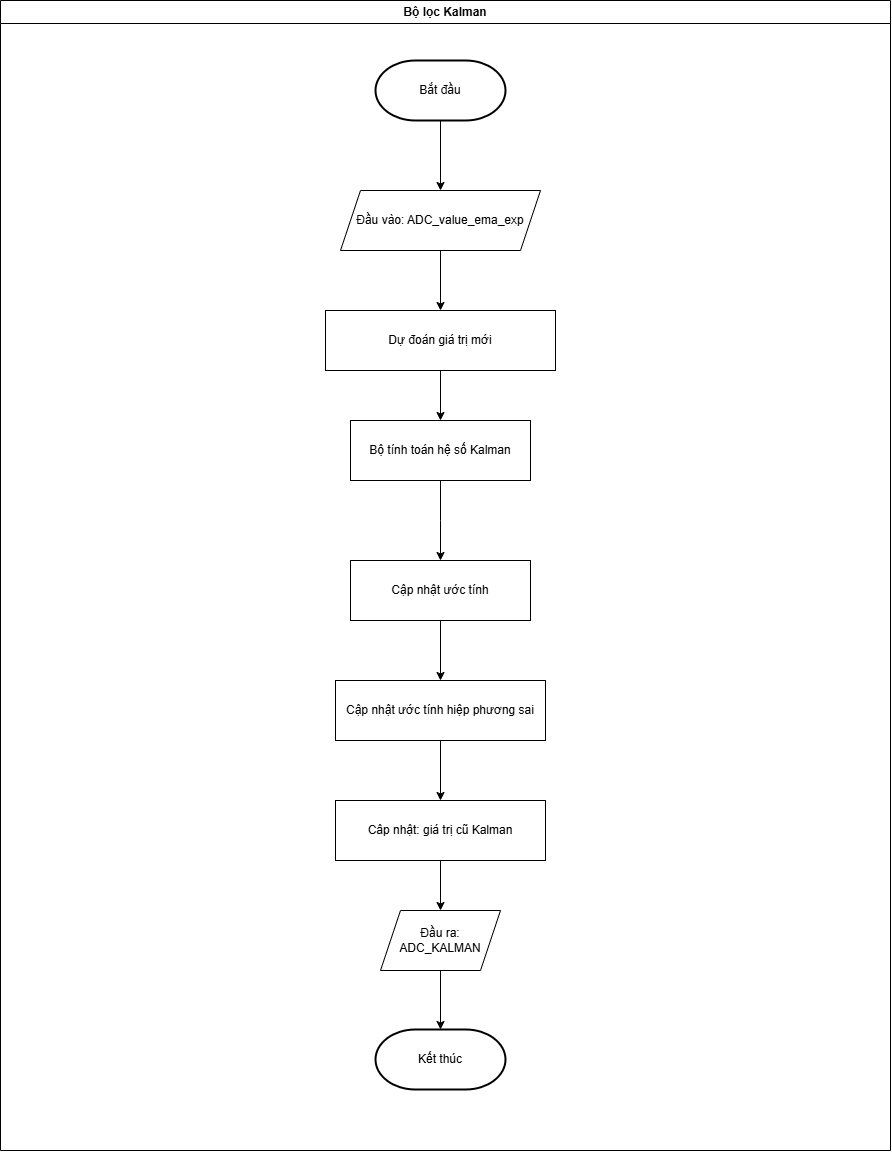
Earlier version of the draw.io export FLOWCHART-VIE/FLOWCHART-KALMAN-FILTER.png (Quynguyen34/CNC-Drill-Graduation-Project). Source tidied: cells renumbered, new cells last; positions are measured from the earlier drawing's top-left corner, leaving out a move shared by most shapes. Source of this version:
```xml
<mxGraphModel>
  <root>
    <mxCell id="0" />
    <mxCell id="1" parent="0" />
    <mxCell id="2" value="Bộ lọc Kalman" style="swimlane;whiteSpace=wrap;html=1;" parent="1" vertex="1">
      <mxGeometry width="890" height="1150" as="geometry" />
    </mxCell>
    <mxCell id="3" style="edgeStyle=orthogonalEdgeStyle;rounded=0;jettySize=auto;html=1;" parent="2" edge="1" source="4" target="11">
      <mxGeometry relative="1" as="geometry" />
    </mxCell>
    <mxCell id="4" value="Bắt đầu" style="strokeWidth=2;html=1;shape=mxgraph.flowchart.terminator;whiteSpace=wrap;" parent="2" vertex="1">
      <mxGeometry x="375" y="60" width="130" height="60" as="geometry" />
    </mxCell>
    <mxCell id="5" style="edgeStyle=orthogonalEdgeStyle;rounded=0;jettySize=auto;html=1;exitX=0.5;exitY=1;exitDx=0;exitDy=0;" parent="2" edge="1" source="6" target="7">
      <mxGeometry relative="1" as="geometry" />
    </mxCell>
    <mxCell id="6" value="Dự đoán giá trị mới" style="rounded=0;whiteSpace=wrap;html=1;" parent="2" vertex="1">
      <mxGeometry x="325" y="310" width="230" height="60" as="geometry" />
    </mxCell>
    <mxCell id="7" value="Bộ tính toán hệ số Kalman" style="rounded=0;whiteSpace=wrap;html=1;" parent="2" vertex="1">
      <mxGeometry x="350" y="420" width="180" height="60" as="geometry" />
    </mxCell>
    <mxCell id="8" style="edgeStyle=orthogonalEdgeStyle;rounded=0;orthogonalLoop=1;jettySize=auto;html=1;" parent="2" edge="1">
      <mxGeometry relative="1" as="geometry">
        <mxPoint x="440" y="620" as="sourcePoint" />
        <mxPoint x="440" y="680" as="targetPoint" />
      </mxGeometry>
    </mxCell>
    <mxCell id="9" style="edgeStyle=orthogonalEdgeStyle;rounded=0;jettySize=auto;html=1;" parent="2" edge="1" source="7">
      <mxGeometry relative="1" as="geometry">
        <mxPoint x="440" y="560" as="targetPoint" />
      </mxGeometry>
    </mxCell>
    <mxCell id="10" style="edgeStyle=orthogonalEdgeStyle;rounded=0;jettySize=auto;html=1;" parent="2" edge="1" source="11" target="6">
      <mxGeometry relative="1" as="geometry" />
    </mxCell>
    <mxCell id="11" value="Đầu vào: ADC_value_ema_exp" style="shape=parallelogram;perimeter=parallelogramPerimeter;whiteSpace=wrap;html=1;fixedSize=1;" parent="2" vertex="1">
      <mxGeometry x="340" y="190" width="200" height="60" as="geometry" />
    </mxCell>
    <mxCell id="12" style="edgeStyle=orthogonalEdgeStyle;rounded=0;orthogonalLoop=1;jettySize=auto;html=1;" parent="2" edge="1">
      <mxGeometry relative="1" as="geometry">
        <mxPoint x="440" y="970" as="sourcePoint" />
        <mxPoint x="440" y="1029" as="targetPoint" />
      </mxGeometry>
    </mxCell>
    <mxCell id="13" style="edgeStyle=orthogonalEdgeStyle;rounded=0;orthogonalLoop=1;jettySize=auto;html=1;" parent="2" edge="1">
      <mxGeometry relative="1" as="geometry">
        <mxPoint x="440" y="860" as="sourcePoint" />
        <mxPoint x="440" y="910" as="targetPoint" />
      </mxGeometry>
    </mxCell>
    <mxCell id="14" style="edgeStyle=orthogonalEdgeStyle;rounded=0;orthogonalLoop=1;jettySize=auto;html=1;" parent="2" edge="1">
      <mxGeometry relative="1" as="geometry">
        <mxPoint x="440" y="740" as="sourcePoint" />
        <mxPoint x="440" y="800" as="targetPoint" />
      </mxGeometry>
    </mxCell>
    <mxCell id="15" value="Cập nhật ước tính" style="rounded=0;whiteSpace=wrap;html=1;" parent="2" vertex="1">
      <mxGeometry x="350" y="560" width="180" height="60" as="geometry" />
    </mxCell>
    <mxCell id="16" value="Cập nhật ước tính hiệp phương sai" style="rounded=0;whiteSpace=wrap;html=1;" parent="2" vertex="1">
      <mxGeometry x="335" y="680" width="210" height="60" as="geometry" />
    </mxCell>
    <mxCell id="17" value="Câp nhật: giá trị cũ Kalman" style="rounded=0;whiteSpace=wrap;html=1;" parent="2" vertex="1">
      <mxGeometry x="335" y="800" width="210" height="60" as="geometry" />
    </mxCell>
    <mxCell id="18" value="Đầu ra: ADC_KALMAN" style="shape=parallelogram;perimeter=parallelogramPerimeter;whiteSpace=wrap;html=1;fixedSize=1;" parent="2" vertex="1">
      <mxGeometry x="380" y="910" width="120" height="60" as="geometry" />
    </mxCell>
    <mxCell id="19" value="Kết thúc" style="strokeWidth=2;html=1;shape=mxgraph.flowchart.terminator;whiteSpace=wrap;" parent="2" vertex="1">
      <mxGeometry x="375" y="1029" width="130" height="60" as="geometry" />
    </mxCell>
  </root>
</mxGraphModel>
```
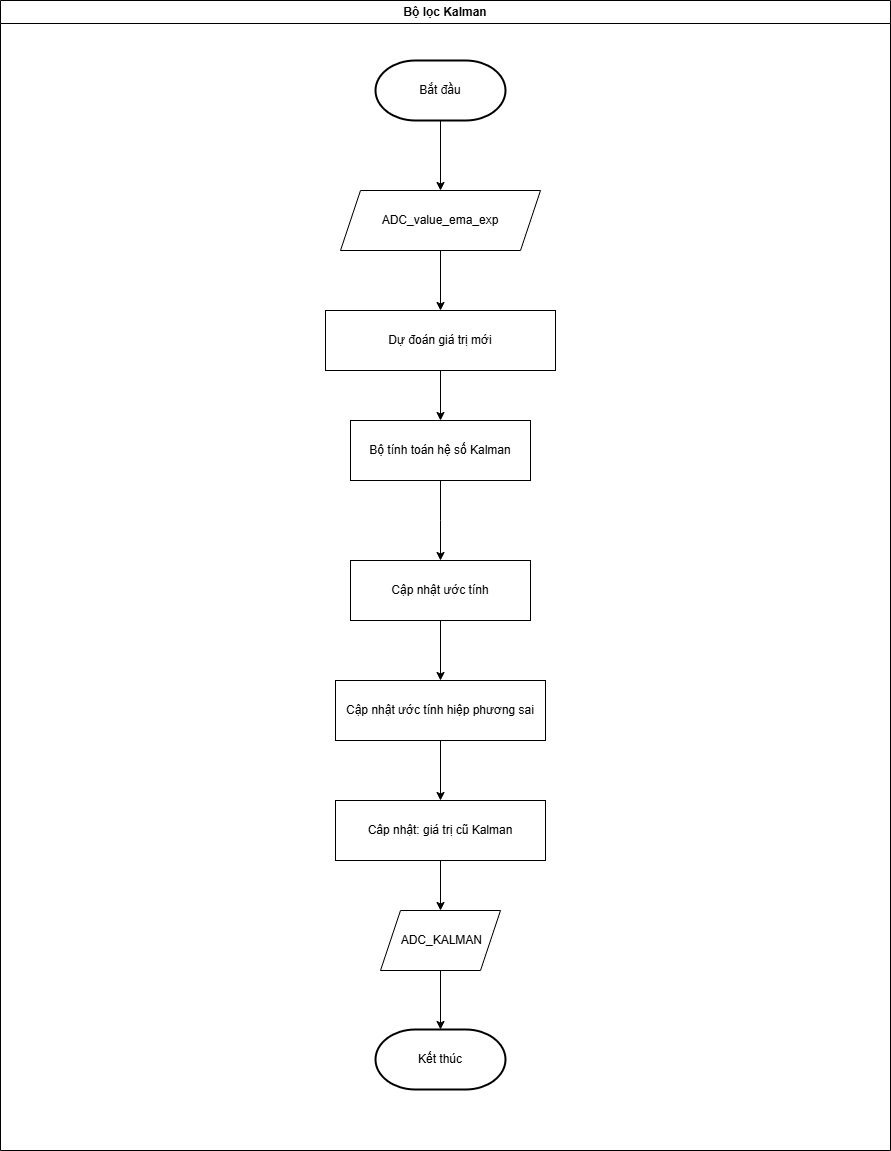
The same file after the commit.

Change to the diagram source:
```diff
@@ -34,7 +34,7 @@
     <mxCell id="10" style="edgeStyle=orthogonalEdgeStyle;rounded=0;jettySize=auto;html=1;" parent="2" edge="1" source="11" target="6">
       <mxGeometry relative="1" as="geometry" />
     </mxCell>
-    <mxCell id="11" value="Đầu vào: ADC_value_ema_exp" style="shape=parallelogram;perimeter=parallelogramPerimeter;whiteSpace=wrap;html=1;fixedSize=1;" parent="2" vertex="1">
+    <mxCell id="11" value="ADC_value_ema_exp" style="shape=parallelogram;perimeter=parallelogramPerimeter;whiteSpace=wrap;html=1;fixedSize=1;" parent="2" vertex="1">
       <mxGeometry x="340" y="190" width="200" height="60" as="geometry" />
     </mxCell>
     <mxCell id="12" style="edgeStyle=orthogonalEdgeStyle;rounded=0;orthogonalLoop=1;jettySize=auto;html=1;" parent="2" edge="1">
@@ -64,7 +64,7 @@
     <mxCell id="17" value="Câp nhật: giá trị cũ Kalman" style="rounded=0;whiteSpace=wrap;html=1;" parent="2" vertex="1">
       <mxGeometry x="335" y="800" width="210" height="60" as="geometry" />
     </mxCell>
-    <mxCell id="18" value="Đầu ra: ADC_KALMAN" style="shape=parallelogram;perimeter=parallelogramPerimeter;whiteSpace=wrap;html=1;fixedSize=1;" parent="2" vertex="1">
+    <mxCell id="18" value="&amp;nbsp;ADC_KALMAN" style="shape=parallelogram;perimeter=parallelogramPerimeter;whiteSpace=wrap;html=1;fixedSize=1;" parent="2" vertex="1">
       <mxGeometry x="380" y="910" width="120" height="60" as="geometry" />
     </mxCell>
     <mxCell id="19" value="Kết thúc" style="strokeWidth=2;html=1;shape=mxgraph.flowchart.terminator;whiteSpace=wrap;" parent="2" vertex="1">
```
